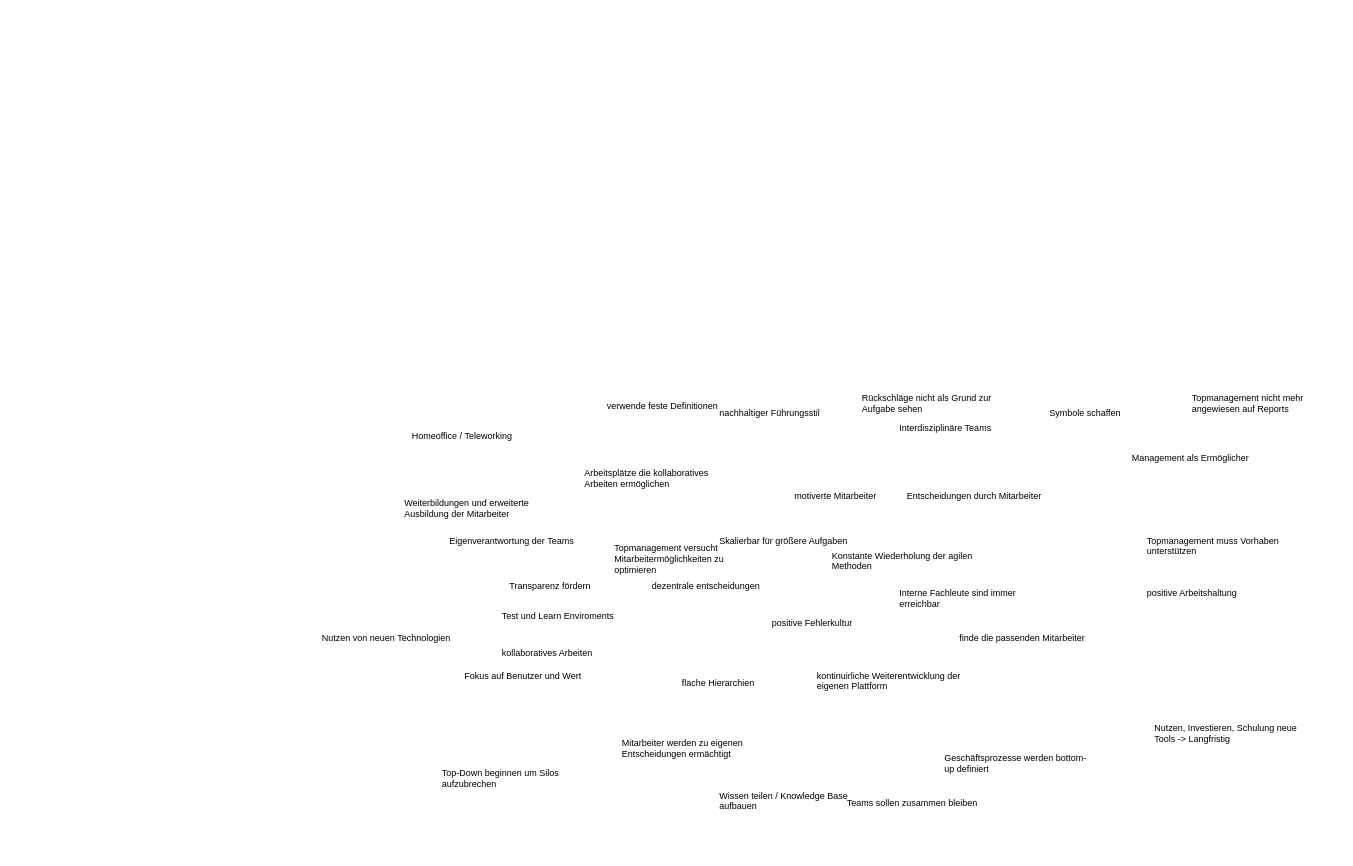
Before: Untitled Diagram.drawio in FeudalFreddy/seminararbeit, a draw.io diagram. Source tidied: cells renumbered, new cells numbered last; positions are measured from the earlier drawing's top-left corner, leaving out a move shared by most shapes. Both pictures are drawn from the tidied source at 75%, with x=0, y=0 at pixel (320, 388).
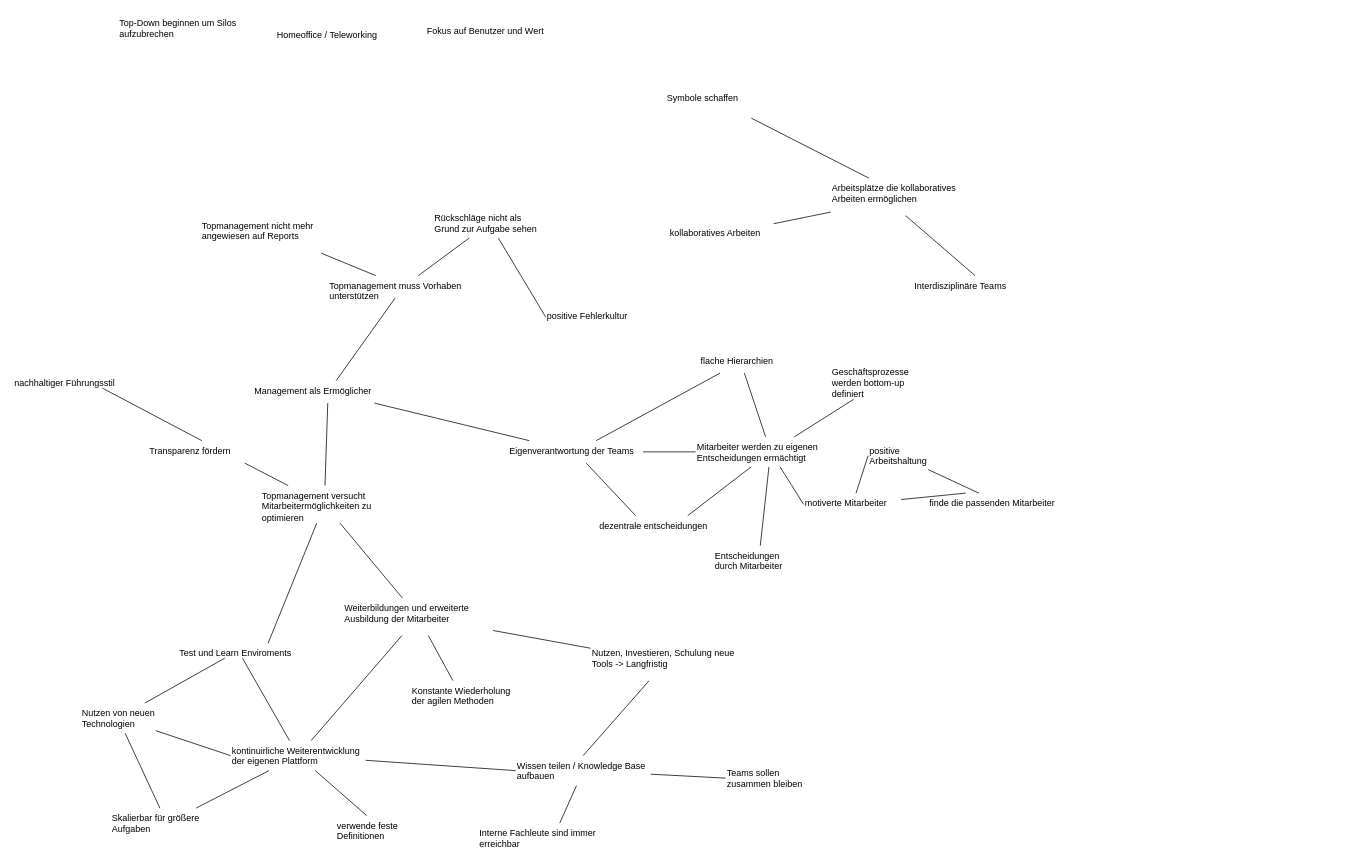
Above is the later version.

What changed in the source:
```diff
@@
     <mxCell id="2" value="Arbeitsplätze die kollaboratives Arbeiten ermöglichen" style="text;whiteSpace=wrap;html=1;opacity=50;align=left;" parent="1" vertex="1">
-      <mxGeometry x="350" y="100" width="200" height="50" as="geometry" />
+      <mxGeometry x="680" y="-280" width="200" height="50" as="geometry" />
     </mxCell>
+    <mxCell id="37" style="edgeStyle=none;rounded=0;jettySize=auto;html=1;endArrow=none;endFill=0;" parent="1" edge="1" source="3" target="17">
+      <mxGeometry relative="1" as="geometry" />
+    </mxCell>
     <mxCell id="3" value="dezentrale entscheidungen" style="text;whiteSpace=wrap;html=1;opacity=50;align=left;" parent="1" vertex="1">
-      <mxGeometry x="440" y="250" width="200" height="30" as="geometry" />
+      <mxGeometry x="370" y="170" width="200" height="30" as="geometry" />
     </mxCell>
+    <mxCell id="38" style="edgeStyle=none;rounded=0;jettySize=auto;html=1;entryX=0;entryY=0.5;entryDx=0;entryDy=0;endArrow=none;endFill=0;" parent="1" edge="1" source="4" target="17">
+      <mxGeometry relative="1" as="geometry" />
+    </mxCell>
+    <mxCell id="39" style="edgeStyle=none;rounded=0;jettySize=auto;html=1;entryX=0.25;entryY=0;entryDx=0;entryDy=0;endArrow=none;endFill=0;" parent="1" edge="1" source="4" target="3">
+      <mxGeometry relative="1" as="geometry" />
+    </mxCell>
     <mxCell id="4" value="Eigenverantwortung der Teams" style="text;whiteSpace=wrap;html=1;opacity=50;align=left;" parent="1" vertex="1">
-      <mxGeometry x="170" y="190" width="200" height="30" as="geometry" />
+      <mxGeometry x="250" y="70" width="180" height="30" as="geometry" />
     </mxCell>
     <mxCell id="5" value="Entscheidungen durch Mitarbeiter" style="text;whiteSpace=wrap;html=1;opacity=50;align=left;" parent="1" vertex="1">
-      <mxGeometry x="780" y="130" width="200" height="30" as="geometry" />
+      <mxGeometry x="524" y="210" width="120" height="40" as="geometry" />
     </mxCell>
+    <mxCell id="40" style="edgeStyle=none;rounded=0;jettySize=auto;html=1;endArrow=none;endFill=0;" parent="1" edge="1" source="6" target="21">
+      <mxGeometry relative="1" as="geometry" />
+    </mxCell>
     <mxCell id="6" value="finde die passenden Mitarbeiter" style="text;whiteSpace=wrap;html=1;opacity=50;align=left;" parent="1" vertex="1">
-      <mxGeometry x="850" y="320" width="200" height="30" as="geometry" />
+      <mxGeometry x="810" y="140" width="200" height="30" as="geometry" />
     </mxCell>
+    <mxCell id="41" style="edgeStyle=none;rounded=0;jettySize=auto;html=1;endArrow=none;endFill=0;" parent="1" edge="1" source="7" target="17">
+      <mxGeometry relative="1" as="geometry" />
+    </mxCell>
+    <mxCell id="42" style="edgeStyle=none;rounded=0;jettySize=auto;html=1;endArrow=none;endFill=0;" parent="1" edge="1" source="7" target="4">
+      <mxGeometry relative="1" as="geometry" />
+    </mxCell>
     <mxCell id="7" value="flache Hierarchien" style="text;whiteSpace=wrap;html=1;opacity=50;align=left;" parent="1" vertex="1">
-      <mxGeometry x="480" y="380" width="200" height="30" as="geometry" />
+      <mxGeometry x="505" y="-50" width="110" height="30" as="geometry" />
     </mxCell>
     <mxCell id="8" value="Fokus auf Benutzer und Wert" style="text;whiteSpace=wrap;html=1;opacity=50;align=left;" parent="1" vertex="1">
-      <mxGeometry x="190" y="370" width="200" height="30" as="geometry" />
+      <mxGeometry x="140" y="-490" width="160" height="40" as="geometry" />
     </mxCell>
     <mxCell id="9" value="Geschäftsprozesse werden bottom-up definiert" style="text;whiteSpace=wrap;html=1;opacity=50;align=left;" parent="1" vertex="1">
-      <mxGeometry x="830" y="480" width="200" height="30" as="geometry" />
+      <mxGeometry x="680" y="-35" width="140" height="50" as="geometry" />
     </mxCell>
     <mxCell id="10" value="Homeoffice / Teleworking" style="text;whiteSpace=wrap;html=1;opacity=50;align=left;" parent="1" vertex="1">
-      <mxGeometry x="120" y="50" width="200" height="30" as="geometry" />
+      <mxGeometry x="-60" y="-485" width="200" height="30" as="geometry" />
     </mxCell>
+    <mxCell id="43" style="edgeStyle=none;rounded=0;jettySize=auto;html=1;entryX=0.5;entryY=1;entryDx=0;entryDy=0;endArrow=none;endFill=0;" parent="1" edge="1" source="11" target="2">
+      <mxGeometry relative="1" as="geometry" />
+    </mxCell>
     <mxCell id="11" value="Interdisziplinäre Teams" style="text;whiteSpace=wrap;html=1;align=left;" parent="1" vertex="1">
-      <mxGeometry x="770" y="40" width="200" height="30" as="geometry" />
+      <mxGeometry x="790" y="-150" width="200" height="30" as="geometry" />
     </mxCell>
+    <mxCell id="44" style="edgeStyle=none;rounded=0;jettySize=auto;html=1;endArrow=none;endFill=0;" parent="1" edge="1" source="12" target="36">
+      <mxGeometry relative="1" as="geometry" />
+    </mxCell>
     <mxCell id="12" value="Interne Fachleute sind immer erreichbar" style="text;whiteSpace=wrap;html=1;align=left;" parent="1" vertex="1">
-      <mxGeometry x="770" y="260" width="200" height="30" as="geometry" />
+      <mxGeometry x="210" y="580" width="200" height="40" as="geometry" />
     </mxCell>
+    <mxCell id="45" style="edgeStyle=none;rounded=0;jettySize=auto;html=1;endArrow=none;endFill=0;" parent="1" edge="1" source="13" target="2">
+      <mxGeometry relative="1" as="geometry" />
+    </mxCell>
     <mxCell id="13" value="kollaboratives Arbeiten" style="text;whiteSpace=wrap;html=1;align=left;" parent="1" vertex="1">
-      <mxGeometry x="240" y="340" width="200" height="30" as="geometry" />
+      <mxGeometry x="464" y="-220" width="140" height="30" as="geometry" />
     </mxCell>
     <mxCell id="14" value="Konstante Wiederholung der agilen Methoden" style="text;whiteSpace=wrap;html=1;align=left;" parent="1" vertex="1">
-      <mxGeometry x="680" y="210" width="200" height="30" as="geometry" />
+      <mxGeometry x="120" y="390" width="140" height="50" as="geometry" />
     </mxCell>
+    <mxCell id="46" style="edgeStyle=none;rounded=0;jettySize=auto;html=1;endArrow=none;endFill=0;" parent="1" edge="1" source="15" target="34">
+      <mxGeometry relative="1" as="geometry" />
+    </mxCell>
+    <mxCell id="47" style="edgeStyle=none;rounded=0;jettySize=auto;html=1;entryX=0;entryY=0.5;entryDx=0;entryDy=0;endArrow=none;endFill=0;" parent="1" edge="1" source="15" target="36">
+      <mxGeometry relative="1" as="geometry" />
+    </mxCell>
+    <mxCell id="48" style="edgeStyle=none;rounded=0;jettySize=auto;html=1;endArrow=none;endFill=0;" parent="1" edge="1" source="15" target="23">
+      <mxGeometry relative="1" as="geometry" />
+    </mxCell>
     <mxCell id="15" value="kontinuirliche Weiterentwicklung der eigenen Plattform" style="text;whiteSpace=wrap;html=1;align=left;" parent="1" vertex="1">
-      <mxGeometry x="660" y="370" width="200" height="30" as="geometry" />
+      <mxGeometry x="-120" y="470" width="180" height="40" as="geometry" />
     </mxCell>
+    <mxCell id="49" style="edgeStyle=none;rounded=0;jettySize=auto;html=1;endArrow=none;endFill=0;" parent="1" edge="1" source="16" target="32">
+      <mxGeometry relative="1" as="geometry" />
+    </mxCell>
+    <mxCell id="50" style="edgeStyle=none;rounded=0;jettySize=auto;html=1;endArrow=none;endFill=0;" parent="1" edge="1" source="16" target="4">
+      <mxGeometry relative="1" as="geometry" />
+    </mxCell>
     <mxCell id="16" value="Management als Ermöglicher" style="text;whiteSpace=wrap;html=1;align=left;" parent="1" vertex="1">
-      <mxGeometry x="1080" y="80" width="200" height="30" as="geometry" />
+      <mxGeometry x="-90" y="-10" width="200" height="30" as="geometry" />
     </mxCell>
+    <mxCell id="51" style="edgeStyle=none;rounded=0;jettySize=auto;html=1;endArrow=none;endFill=0;" parent="1" edge="1" source="17" target="5">
+      <mxGeometry relative="1" as="geometry" />
+    </mxCell>
+    <mxCell id="52" style="edgeStyle=none;rounded=0;jettySize=auto;html=1;endArrow=none;endFill=0;" parent="1" edge="1" source="17" target="9">
+      <mxGeometry relative="1" as="geometry" />
+    </mxCell>
+    <mxCell id="53" style="edgeStyle=none;rounded=0;jettySize=auto;html=1;entryX=0;entryY=0.5;entryDx=0;entryDy=0;endArrow=none;endFill=0;" parent="1" edge="1" source="17" target="18">
+      <mxGeometry relative="1" as="geometry" />
+    </mxCell>
     <mxCell id="17" value="Mitarbeiter werden zu eigenen Entscheidungen ermächtigt" style="text;whiteSpace=wrap;html=1;fontColor=#000000;" parent="1" vertex="1">
-      <mxGeometry x="400" y="460" width="200" height="30" as="geometry" />
+      <mxGeometry x="500" y="65" width="200" height="40" as="geometry" />
     </mxCell>
+    <mxCell id="54" style="edgeStyle=none;rounded=0;jettySize=auto;html=1;entryX=0;entryY=0.5;entryDx=0;entryDy=0;endArrow=none;endFill=0;" parent="1" edge="1" source="18" target="21">
+      <mxGeometry relative="1" as="geometry" />
+    </mxCell>
+    <mxCell id="55" style="edgeStyle=none;rounded=0;jettySize=auto;html=1;entryX=0.25;entryY=0;entryDx=0;entryDy=0;endArrow=none;endFill=0;" parent="1" edge="1" source="18" target="6">
+      <mxGeometry relative="1" as="geometry" />
+    </mxCell>
     <mxCell id="18" value="motiverte Mitarbeiter" style="text;whiteSpace=wrap;html=1;fontColor=#000000;" parent="1" vertex="1">
-      <mxGeometry x="630" y="130" width="200" height="30" as="geometry" />
+      <mxGeometry x="644" y="140" width="130" height="30" as="geometry" />
     </mxCell>
+    <mxCell id="56" style="rounded=0;jettySize=auto;html=1;endArrow=none;endFill=0;" parent="1" edge="1" source="19" target="27">
+      <mxGeometry relative="1" as="geometry" />
+    </mxCell>
+    <mxCell id="57" style="rounded=0;jettySize=auto;html=1;endArrow=none;endFill=0;" parent="1" edge="1" source="19" target="15">
+      <mxGeometry relative="1" as="geometry" />
+    </mxCell>
     <mxCell id="19" value="Test und Learn Enviroments" style="text;whiteSpace=wrap;html=1;fontColor=#000000;" parent="1" vertex="1">
-      <mxGeometry x="240" y="290" width="200" height="30" as="geometry" />
+      <mxGeometry x="-190" y="340" width="160" height="20" as="geometry" />
     </mxCell>
     <mxCell id="20" value="nachhaltiger Führungsstil" style="text;whiteSpace=wrap;html=1;fontColor=#000000;" parent="1" vertex="1">
-      <mxGeometry x="530" y="20" width="200" height="30" as="geometry" />
+      <mxGeometry x="-410" y="-20" width="200" height="20" as="geometry" />
     </mxCell>
     <mxCell id="21" value="positive Arbeitshaltung" style="text;whiteSpace=wrap;html=1;fontColor=#000000;" parent="1" vertex="1">
-      <mxGeometry x="1100" y="260" width="200" height="30" as="geometry" />
+      <mxGeometry x="730" y="70" width="80" height="40" as="geometry" />
     </mxCell>
     <mxCell id="22" value="Top-Down beginnen um Silos aufzubrechen" style="text;whiteSpace=wrap;html=1;fontColor=#000000;" parent="1" vertex="1">
-      <mxGeometry x="160" y="500" width="200" height="30" as="geometry" />
+      <mxGeometry x="-270" y="-500" width="200" height="50" as="geometry" />
     </mxCell>
     <mxCell id="23" value="Skalierbar für größere Aufgaben" style="text;whiteSpace=wrap;html=1;fontColor=#000000;" parent="1" vertex="1">
-      <mxGeometry x="530" y="190" width="200" height="30" as="geometry" />
+      <mxGeometry x="-280" y="560" width="150" height="40" as="geometry" />
     </mxCell>
+    <mxCell id="58" style="edgeStyle=none;rounded=0;jettySize=auto;html=1;endArrow=none;endFill=0;" parent="1" edge="1" source="24" target="2">
+      <mxGeometry relative="1" as="geometry" />
+    </mxCell>
     <mxCell id="24" value="Symbole schaffen" style="text;whiteSpace=wrap;html=1;fontColor=#000000;" parent="1" vertex="1">
-      <mxGeometry x="970" y="20" width="200" height="30" as="geometry" />
+      <mxGeometry x="460" y="-400" width="150" height="40" as="geometry" />
     </mxCell>
     <mxCell id="25" value="positive Fehlerkultur" style="text;whiteSpace=wrap;html=1;fontColor=#000000;" parent="1" vertex="1">
-      <mxGeometry x="600" y="300" width="200" height="30" as="geometry" />
+      <mxGeometry x="300" y="-110" width="120" height="30" as="geometry" />
     </mxCell>
+    <mxCell id="59" style="edgeStyle=none;rounded=0;jettySize=auto;html=1;entryX=0;entryY=0.5;entryDx=0;entryDy=0;endArrow=none;endFill=0;" parent="1" edge="1" source="26" target="25">
+      <mxGeometry relative="1" as="geometry" />
+    </mxCell>
     <mxCell id="26" value="Rückschläge nicht als Grund zur Aufgabe sehen" style="text;whiteSpace=wrap;html=1;fontColor=#000000;" parent="1" vertex="1">
-      <mxGeometry x="720" width="200" height="30" as="geometry" />
+      <mxGeometry x="150" y="-240" width="150" height="40" as="geometry" />
     </mxCell>
+    <mxCell id="60" style="edgeStyle=none;rounded=0;jettySize=auto;html=1;entryX=0;entryY=0.5;entryDx=0;entryDy=0;endArrow=none;endFill=0;" parent="1" edge="1" source="27" target="15">
+      <mxGeometry relative="1" as="geometry" />
+    </mxCell>
+    <mxCell id="61" style="edgeStyle=none;rounded=0;jettySize=auto;html=1;endArrow=none;endFill=0;" parent="1" edge="1" source="27" target="23">
+      <mxGeometry relative="1" as="geometry" />
+    </mxCell>
     <mxCell id="27" value="Nutzen von neuen Technologien" style="text;whiteSpace=wrap;html=1;fontColor=#000000;" parent="1" vertex="1">
-      <mxGeometry y="320" width="200" height="30" as="geometry" />
+      <mxGeometry x="-320" y="420" width="100" height="40" as="geometry" />
     </mxCell>
+    <mxCell id="62" style="edgeStyle=none;rounded=0;jettySize=auto;html=1;entryX=0.5;entryY=0;entryDx=0;entryDy=0;endArrow=none;endFill=0;" parent="1" edge="1" source="28" target="36">
+      <mxGeometry relative="1" as="geometry" />
+    </mxCell>
     <mxCell id="28" value="Nutzen, Investieren, Schulung neue Tools -&gt; Langfristig" style="text;whiteSpace=wrap;html=1;fontColor=#000000;" parent="1" vertex="1">
-      <mxGeometry x="1110" y="440" width="200" height="30" as="geometry" />
+      <mxGeometry x="360" y="340" width="200" height="50" as="geometry" />
     </mxCell>
     <mxCell id="29" value="Teams sollen zusammen bleiben" style="text;whiteSpace=wrap;html=1;fontColor=#000000;" parent="1" vertex="1">
-      <mxGeometry x="700" y="540" width="200" height="30" as="geometry" />
+      <mxGeometry x="540" y="500" width="120" height="40" as="geometry" />
     </mxCell>
+    <mxCell id="63" style="edgeStyle=none;rounded=0;jettySize=auto;html=1;endArrow=none;endFill=0;" parent="1" edge="1" source="30" target="16">
+      <mxGeometry relative="1" as="geometry" />
+    </mxCell>
+    <mxCell id="64" style="edgeStyle=none;rounded=0;jettySize=auto;html=1;endArrow=none;endFill=0;" parent="1" edge="1" source="30" target="26">
+      <mxGeometry relative="1" as="geometry" />
+    </mxCell>
+    <mxCell id="65" style="edgeStyle=none;rounded=0;jettySize=auto;html=1;endArrow=none;endFill=0;" parent="1" edge="1" source="30" target="31">
+      <mxGeometry relative="1" as="geometry" />
+    </mxCell>
     <mxCell id="30" value="Topmanagement muss Vorhaben unterstützen" style="text;whiteSpace=wrap;html=1;fontColor=#000000;" parent="1" vertex="1">
-      <mxGeometry x="1100" y="190" width="200" height="30" as="geometry" />
+      <mxGeometry x="10" y="-150" width="200" height="30" as="geometry" />
     </mxCell>
     <mxCell id="31" value="Topmanagement nicht mehr angewiesen auf Reports" style="text;whiteSpace=wrap;html=1;fontColor=#000000;" parent="1" vertex="1">
-      <mxGeometry x="1160" width="200" height="30" as="geometry" />
+      <mxGeometry x="-160" y="-230" width="200" height="50" as="geometry" />
     </mxCell>
+    <mxCell id="66" style="edgeStyle=none;rounded=0;jettySize=auto;html=1;endArrow=none;endFill=0;" parent="1" edge="1" source="32" target="35">
+      <mxGeometry relative="1" as="geometry" />
+    </mxCell>
+    <mxCell id="67" style="edgeStyle=none;rounded=0;jettySize=auto;html=1;entryX=0.75;entryY=0;entryDx=0;entryDy=0;endArrow=none;endFill=0;" parent="1" edge="1" source="32" target="19">
+      <mxGeometry relative="1" as="geometry" />
+    </mxCell>
     <mxCell id="32" value="Topmanagement versucht Mitarbeitermöglichkeiten zu optimieren" style="text;whiteSpace=wrap;html=1;fontColor=#000000;" parent="1" vertex="1">
-      <mxGeometry x="390" y="200" width="200" height="30" as="geometry" />
+      <mxGeometry x="-80" y="130" width="170" height="50" as="geometry" />
     </mxCell>
+    <mxCell id="68" style="edgeStyle=none;rounded=0;jettySize=auto;html=1;endArrow=none;endFill=0;" parent="1" edge="1" source="33" target="20">
+      <mxGeometry relative="1" as="geometry" />
+    </mxCell>
+    <mxCell id="69" style="edgeStyle=none;rounded=0;jettySize=auto;html=1;endArrow=none;endFill=0;" parent="1" edge="1" source="33" target="32">
+      <mxGeometry relative="1" as="geometry" />
+    </mxCell>
     <mxCell id="33" value="Transparenz fördern" style="text;whiteSpace=wrap;html=1;fontColor=#000000;" parent="1" vertex="1">
-      <mxGeometry x="250" y="250" width="200" height="30" as="geometry" />
+      <mxGeometry x="-230" y="70" width="200" height="30" as="geometry" />
     </mxCell>
     <mxCell id="34" value="verwende feste Definitionen" style="text;whiteSpace=wrap;html=1;fontColor=#000000;" parent="1" vertex="1">
-      <mxGeometry x="380" y="10" width="200" height="30" as="geometry" />
+      <mxGeometry x="20" y="570" width="140" height="50" as="geometry" />
     </mxCell>
+    <mxCell id="70" style="edgeStyle=none;rounded=0;jettySize=auto;html=1;endArrow=none;endFill=0;" parent="1" edge="1" source="35" target="15">
+      <mxGeometry relative="1" as="geometry" />
+    </mxCell>
+    <mxCell id="71" style="edgeStyle=none;rounded=0;jettySize=auto;html=1;endArrow=none;endFill=0;" parent="1" edge="1" source="35" target="14">
+      <mxGeometry relative="1" as="geometry" />
+    </mxCell>
+    <mxCell id="72" style="edgeStyle=none;rounded=0;jettySize=auto;html=1;endArrow=none;endFill=0;" parent="1" edge="1" source="35" target="28">
+      <mxGeometry relative="1" as="geometry" />
+    </mxCell>
     <mxCell id="35" value="Weiterbildungen und erweiterte Ausbildung der Mitarbeiter" style="text;whiteSpace=wrap;html=1;fontColor=#000000;" parent="1" vertex="1">
-      <mxGeometry x="110" y="140" width="200" height="30" as="geometry" />
+      <mxGeometry x="30" y="280" width="200" height="50" as="geometry" />
     </mxCell>
+    <mxCell id="73" style="edgeStyle=none;rounded=0;jettySize=auto;html=1;entryX=0;entryY=0.5;entryDx=0;entryDy=0;endArrow=none;endFill=0;" parent="1" edge="1" source="36" target="29">
+      <mxGeometry relative="1" as="geometry" />
+    </mxCell>
     <mxCell id="36" value="Wissen teilen / Knowledge Base aufbauen" style="text;whiteSpace=wrap;html=1;fontColor=#000000;" parent="1" vertex="1">
-      <mxGeometry x="530" y="530" width="200" height="30" as="geometry" />
+      <mxGeometry x="260" y="490" width="180" height="40" as="geometry" />
     </mxCell>
```
